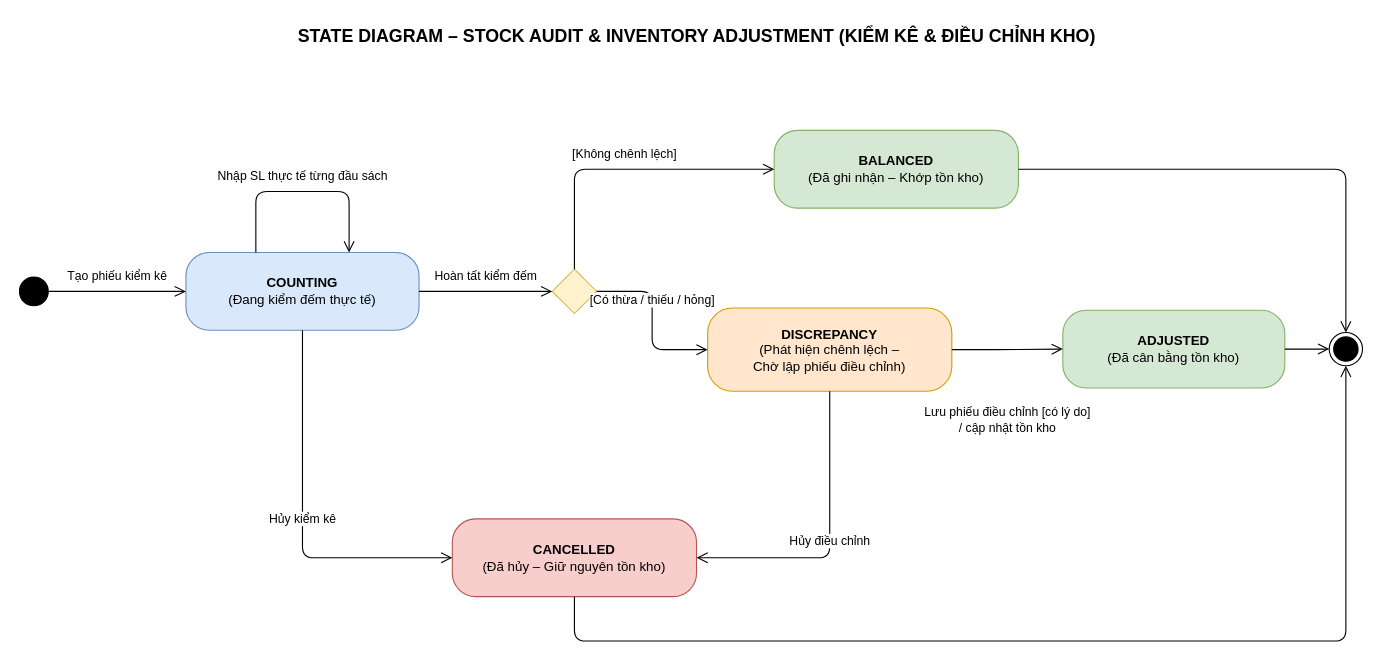
Earlier version of the draw.io diagram docs/diagrams/State diagram/state-stock-audit.drawio (chihai9-dev/quan-ly-nha-sach-ooad). Source tidied: cells renumbered, new cells numbered last; positions are measured from the earlier drawing's top-left corner, leaving out a move shared by most shapes. Both pictures are drawn from the tidied source at 111%, with x=0, y=0 at pixel (19, 19).
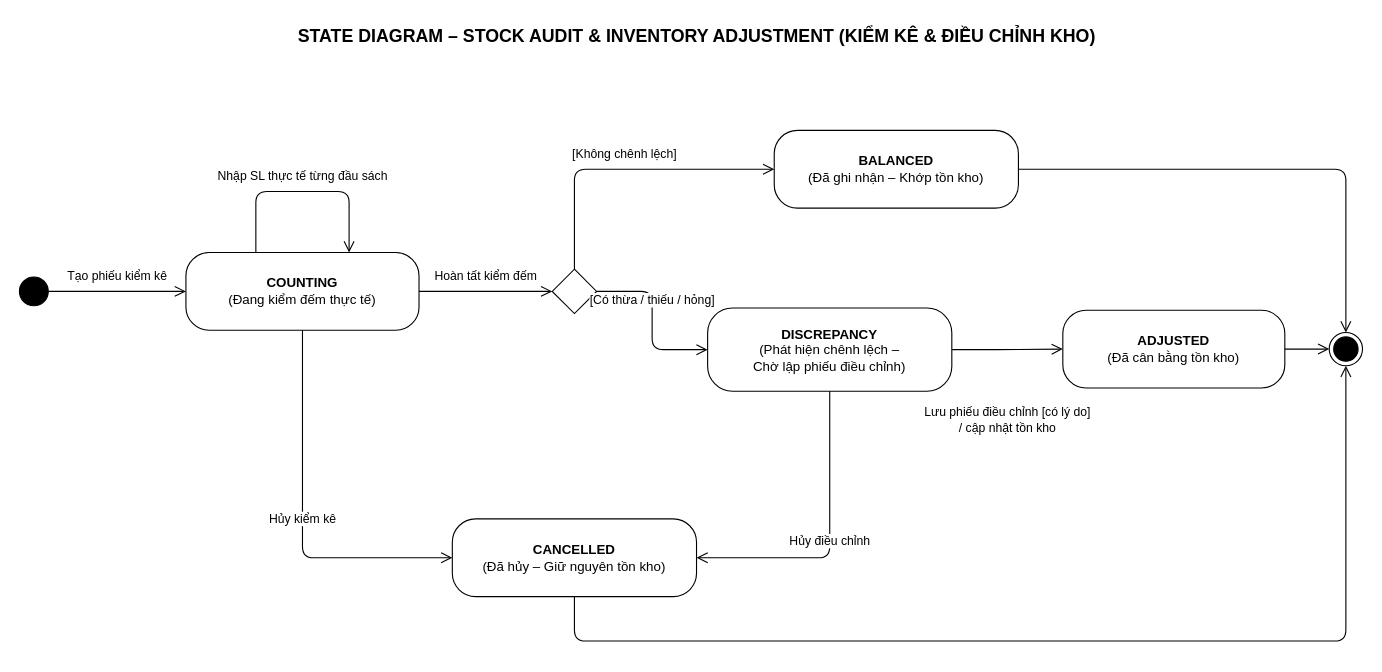
The same diagram, later.

What changed in the source:
```diff
@@
-    <mxCell id="4" value="&lt;b&gt;COUNTING&lt;/b&gt;&lt;br&gt;(Đang kiểm đếm thực tế)" style="rounded=1;whiteSpace=wrap;html=1;arcSize=30;fillColor=#dae8fc;strokeColor=#6c8ebf;" parent="1" vertex="1">
+    <mxCell id="4" value="&lt;b&gt;COUNTING&lt;/b&gt;&lt;br&gt;(Đang kiểm đếm thực tế)" style="rounded=1;whiteSpace=wrap;html=1;arcSize=30;fillColor=#ffffff;strokeColor=#000000;" parent="1" vertex="1">
       <mxGeometry x="150" y="210" width="210" height="70" as="geometry" />
     </mxCell>
-    <mxCell id="5" style="rhombus;whiteSpace=wrap;html=1;fillColor=#fff2cc;strokeColor=#d6b656;" parent="1" vertex="1">
+    <mxCell id="5" style="rhombus;whiteSpace=wrap;html=1;fillColor=#ffffff;strokeColor=#000000;" parent="1" vertex="1">
       <mxGeometry x="480" y="225" width="40" height="40" as="geometry" />
     </mxCell>
-    <mxCell id="6" value="&lt;b&gt;BALANCED&lt;/b&gt;&lt;br&gt;(Đã ghi nhận – Khớp tồn kho)" style="rounded=1;whiteSpace=wrap;html=1;arcSize=30;fillColor=#d5e8d4;strokeColor=#82b366;" parent="1" vertex="1">
+    <mxCell id="6" value="&lt;b&gt;BALANCED&lt;/b&gt;&lt;br&gt;(Đã ghi nhận – Khớp tồn kho)" style="rounded=1;whiteSpace=wrap;html=1;arcSize=30;fillColor=#ffffff;strokeColor=#000000;" parent="1" vertex="1">
       <mxGeometry x="680" y="100" width="220" height="70" as="geometry" />
     </mxCell>
-    <mxCell id="7" value="&lt;b&gt;DISCREPANCY&lt;/b&gt;&lt;br&gt;(Phát hiện chênh lệch –&lt;br&gt;Chờ lập phiếu điều chỉnh)" style="rounded=1;whiteSpace=wrap;html=1;arcSize=30;fillColor=#ffe6cc;strokeColor=#d79b00;" parent="1" vertex="1">
+    <mxCell id="7" value="&lt;b&gt;DISCREPANCY&lt;/b&gt;&lt;br&gt;(Phát hiện chênh lệch –&lt;br&gt;Chờ lập phiếu điều chỉnh)" style="rounded=1;whiteSpace=wrap;html=1;arcSize=30;fillColor=#ffffff;strokeColor=#000000;" parent="1" vertex="1">
       <mxGeometry x="620" y="260" width="220" height="75" as="geometry" />
     </mxCell>
-    <mxCell id="8" value="&lt;b&gt;ADJUSTED&lt;/b&gt;&lt;br&gt;(Đã cân bằng tồn kho)" style="rounded=1;whiteSpace=wrap;html=1;arcSize=30;fillColor=#d5e8d4;strokeColor=#82b366;" parent="1" vertex="1">
+    <mxCell id="8" value="&lt;b&gt;ADJUSTED&lt;/b&gt;&lt;br&gt;(Đã cân bằng tồn kho)" style="rounded=1;whiteSpace=wrap;html=1;arcSize=30;fillColor=#ffffff;strokeColor=#000000;" parent="1" vertex="1">
       <mxGeometry x="940" y="262" width="200" height="70" as="geometry" />
     </mxCell>
-    <mxCell id="9" value="&lt;b&gt;CANCELLED&lt;/b&gt;&lt;br&gt;(Đã hủy – Giữ nguyên tồn kho)" style="rounded=1;whiteSpace=wrap;html=1;arcSize=30;fillColor=#f8cecc;strokeColor=#b85450;" parent="1" vertex="1">
+    <mxCell id="9" value="&lt;b&gt;CANCELLED&lt;/b&gt;&lt;br&gt;(Đã hủy – Giữ nguyên tồn kho)" style="rounded=1;whiteSpace=wrap;html=1;arcSize=30;fillColor=#ffffff;strokeColor=#000000;" parent="1" vertex="1">
       <mxGeometry x="390" y="450" width="220" height="70" as="geometry" />
     </mxCell>
```
